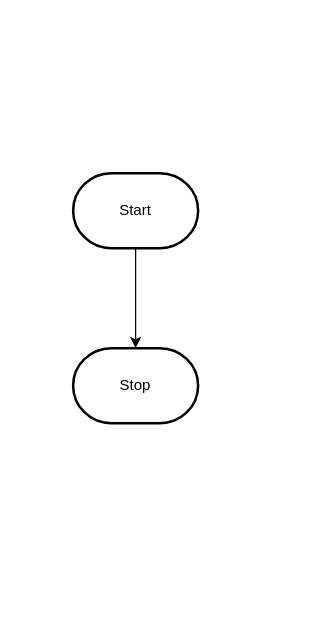
This is design/flowchart.drawio from MTHS-ICS2O-2-2022/ICS2O-Unit-3-02-Colton-Grant, a draw.io file, before an edit. Source tidied: cells renumbered, new cells numbered last; positions are measured from the earlier drawing's top-left corner, leaving out a move shared by most shapes. Both pictures are drawn from the tidied source at 125%, with x=0, y=0 at pixel (72, 172).
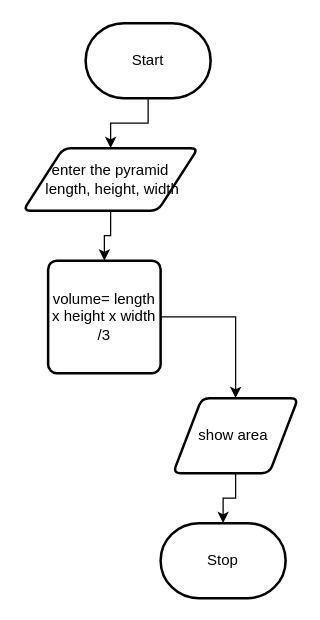
Above is the later version.

The edit, as a diff of the source:
```diff
@@
 <mxGraphModel>
   <root>
     <mxCell id="0" />
     <mxCell id="1" parent="0" />
-    <mxCell id="2" style="edgeStyle=orthogonalEdgeStyle;html=1;rounded=0;" parent="1" edge="1" source="3" target="4">
-      <mxGeometry relative="1" as="geometry" />
-    </mxCell>
+    <mxCell id="5" style="edgeStyle=orthogonalEdgeStyle;html=1;rounded=0;" parent="1" edge="1" source="3" target="2">
+      <mxGeometry relative="1" as="geometry" />
+    </mxCell>
     <mxCell id="3" value="Start" style="strokeWidth=2;html=1;shape=mxgraph.flowchart.terminator;whiteSpace=wrap;" parent="1" vertex="1">
-      <mxGeometry width="100" height="60" as="geometry" />
+      <mxGeometry x="10" y="-120" width="100" height="60" as="geometry" />
     </mxCell>
     <mxCell id="4" value="Stop" style="strokeWidth=2;html=1;shape=mxgraph.flowchart.terminator;whiteSpace=wrap;" parent="1" vertex="1">
-      <mxGeometry y="140" width="100" height="60" as="geometry" />
+      <mxGeometry x="70" y="280" width="100" height="60" as="geometry" />
     </mxCell>
+    <mxCell id="6" style="edgeStyle=orthogonalEdgeStyle;rounded=0;html=1;" parent="1" edge="1" source="2" target="8">
+      <mxGeometry relative="1" as="geometry" />
+    </mxCell>
+    <mxCell id="2" value="enter the pyramid&lt;br&gt;&amp;nbsp;length, height, width" style="shape=parallelogram;html=1;strokeWidth=2;perimeter=parallelogramPerimeter;whiteSpace=wrap;rounded=1;arcSize=12;size=0.23;gradientColor=default;fillColor=none;" parent="1" vertex="1">
+      <mxGeometry x="-40" y="-20" width="140" height="50" as="geometry" />
+    </mxCell>
+    <mxCell id="7" style="edgeStyle=orthogonalEdgeStyle;rounded=0;html=1;" parent="1" edge="1" source="8" target="10">
+      <mxGeometry relative="1" as="geometry" />
+    </mxCell>
+    <mxCell id="8" value="volume= length x height x width /3" style="rounded=1;whiteSpace=wrap;html=1;absoluteArcSize=1;arcSize=14;strokeWidth=2;fillColor=none;gradientColor=default;" parent="1" vertex="1">
+      <mxGeometry x="-20" y="70" width="90" height="90" as="geometry" />
+    </mxCell>
+    <mxCell id="9" style="edgeStyle=orthogonalEdgeStyle;rounded=0;html=1;" parent="1" edge="1" source="10" target="4">
+      <mxGeometry relative="1" as="geometry" />
+    </mxCell>
+    <mxCell id="10" value="show area&amp;nbsp;" style="shape=parallelogram;html=1;strokeWidth=2;perimeter=parallelogramPerimeter;whiteSpace=wrap;rounded=1;arcSize=12;size=0.23;fillColor=none;gradientColor=default;" parent="1" vertex="1">
+      <mxGeometry x="80" y="180" width="100" height="60" as="geometry" />
+    </mxCell>
   </root>
 </mxGraphModel>
```
